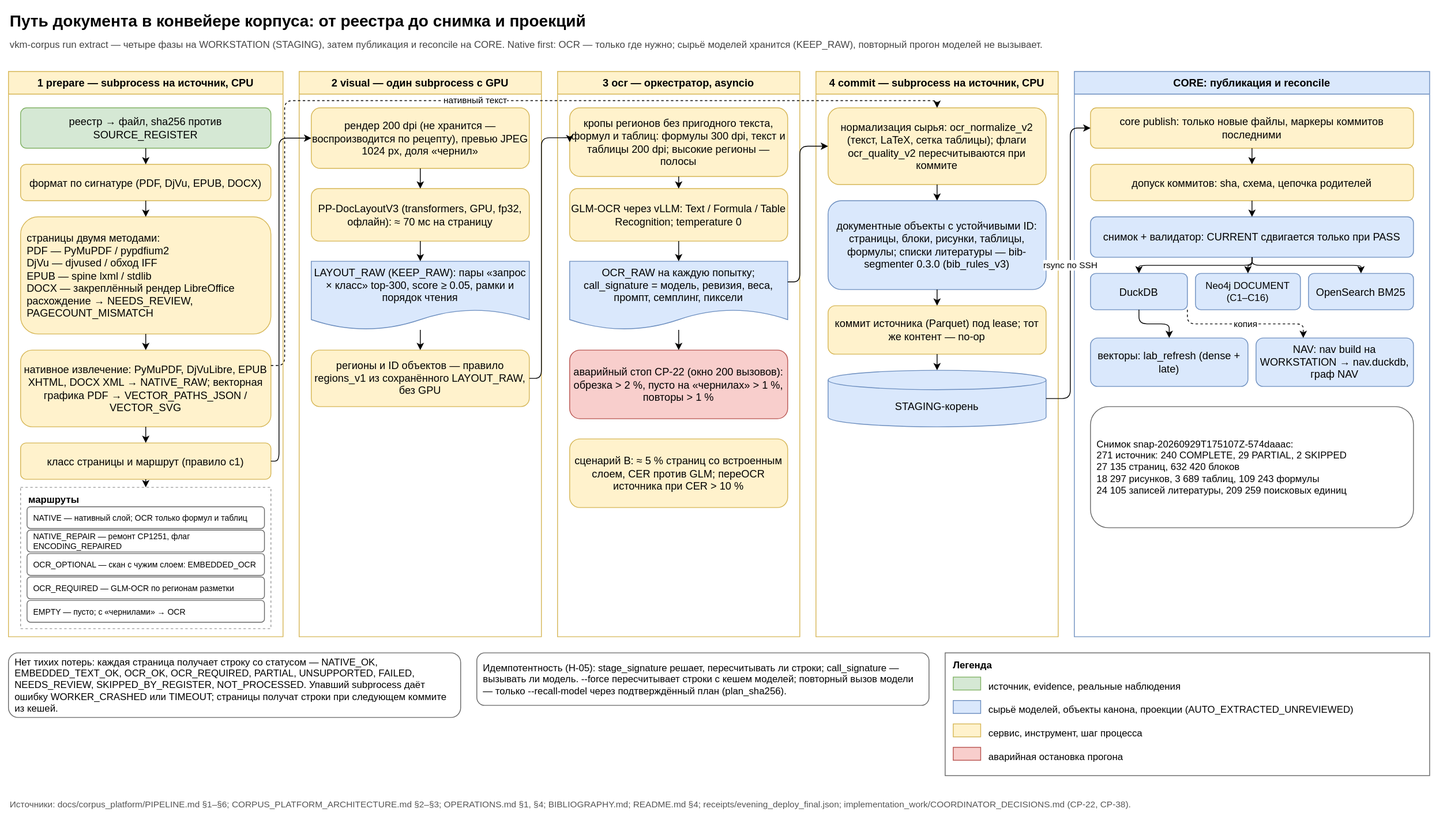
Earlier version of the draw.io export docs/diagrams/document_pipeline.svg (SUKUNA-AI/vkm-subsidence-forecasting). Source tidied: cells renumbered, new cells last; positions are measured from the earlier drawing's top-left corner, leaving out a move shared by most shapes.
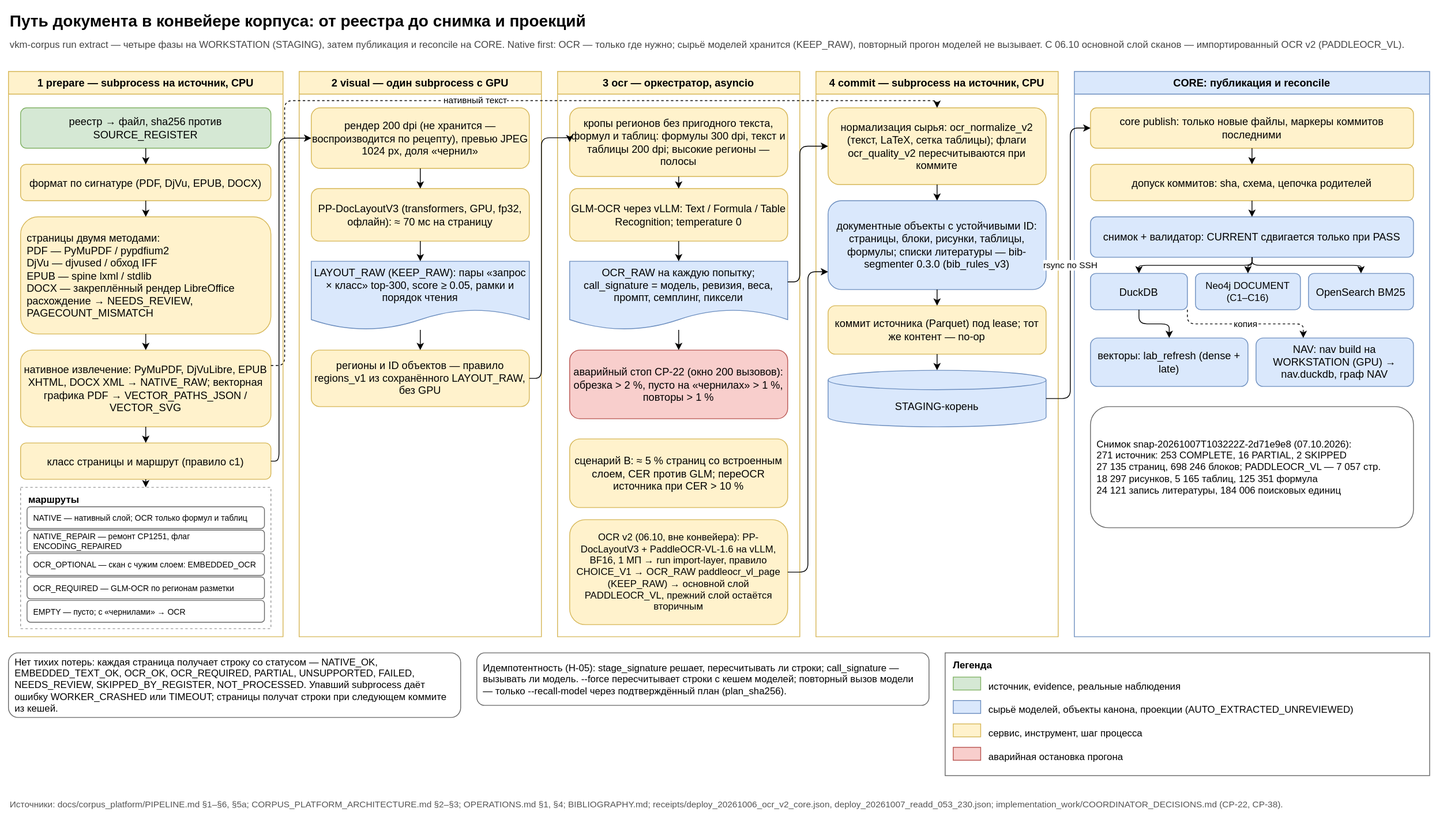
The same file after the commit.

Diff of the diagram source:
```diff
@@ -5,7 +5,7 @@
     <mxCell id="2" value="Путь документа в конвейере корпуса: от реестра до снимка и проекций" style="text;align=left;fontSize=20;fontStyle=1;html=1;verticalAlign=middle;whiteSpace=wrap;" parent="1" vertex="1">
       <mxGeometry width="1760" height="30" as="geometry" />
     </mxCell>
-    <mxCell id="3" value="vkm-corpus run extract — четыре фазы на WORKSTATION (STAGING), затем публикация и reconcile на CORE. Native first: OCR — только где нужно; сырьё моделей хранится (KEEP_RAW), повторный прогон моделей не вызывает." style="text;align=left;fontColor=#444444;fontSize=12;html=1;verticalAlign=middle;whiteSpace=wrap;" parent="1" vertex="1">
+    <mxCell id="3" value="vkm-corpus run extract — четыре фазы на WORKSTATION (STAGING), затем публикация и reconcile на CORE. Native first: OCR — только где нужно; сырьё моделей хранится (KEEP_RAW), повторный прогон моделей не вызывает. С 06.10 основной слой сканов — импортированный OCR v2 (PADDLEOCR_VL)." style="text;align=left;fontColor=#444444;fontSize=12;html=1;verticalAlign=middle;whiteSpace=wrap;" parent="1" vertex="1">
       <mxGeometry y="32" width="1760" height="25" as="geometry" />
     </mxCell>
     <mxCell id="4" value="1 prepare — subprocess на источник, CPU" style="swimlane;fillColor=#fff2cc;fontSize=13;fontStyle=1;html=1;rounded=0;startSize=28;strokeColor=#d6b656;swimlaneFillColor=#ffffff;whiteSpace=wrap;" parent="1" vertex="1">
@@ -77,6 +77,9 @@
     <mxCell id="26" value="сценарий B: ≈ 5 % страниц со встроенным слоем, CER против GLM; переOCR источника при CER &amp;gt; 10 %" style="fillColor=#fff2cc;fontSize=13;html=1;rounded=1;strokeColor=#d6b656;whiteSpace=wrap;" parent="21" vertex="1">
       <mxGeometry x="15" y="455" width="270" height="85" as="geometry" />
     </mxCell>
+    <mxCell id="80" value="OCR v2 (06.10, вне конвейера): PP-DocLayoutV3 + PaddleOCR-VL-1.6 на vLLM, BF16, 1 МП → run import-layer, правило CHOICE_V1 → OCR_RAW paddleocr_vl_page (KEEP_RAW) → основной слой PADDLEOCR_VL, прежний слой остаётся вторичным" style="fillColor=#fff2cc;fontSize=12;html=1;rounded=1;strokeColor=#d6b656;whiteSpace=wrap;" parent="21" vertex="1">
+      <mxGeometry x="15" y="555" width="270" height="130" as="geometry" />
+    </mxCell>
     <mxCell id="27" value="4 commit — subprocess на источник, CPU" style="swimlane;fillColor=#fff2cc;fontSize=13;fontStyle=1;html=1;rounded=0;startSize=28;strokeColor=#d6b656;swimlaneFillColor=#ffffff;whiteSpace=wrap;" parent="1" vertex="1">
       <mxGeometry x="1000" y="78" width="300" height="700" as="geometry" />
     </mxCell>
@@ -116,10 +119,10 @@
     <mxCell id="39" value="векторы: lab_refresh (dense + late)" style="fillColor=#dae8fc;fontSize=13;html=1;rounded=1;strokeColor=#6c8ebf;whiteSpace=wrap;" parent="32" vertex="1">
       <mxGeometry x="20" y="330" width="195" height="60" as="geometry" />
     </mxCell>
-    <mxCell id="40" value="NAV: nav build на WORKSTATION → nav.duckdb, граф NAV" style="fillColor=#dae8fc;fontSize=13;html=1;rounded=1;strokeColor=#6c8ebf;whiteSpace=wrap;" parent="32" vertex="1">
+    <mxCell id="40" value="NAV: nav build на WORKSTATION (GPU) → nav.duckdb, граф NAV" style="fillColor=#dae8fc;fontSize=13;html=1;rounded=1;strokeColor=#6c8ebf;whiteSpace=wrap;" parent="32" vertex="1">
       <mxGeometry x="225" y="330" width="195" height="60" as="geometry" />
     </mxCell>
-    <mxCell id="41" value="Снимок snap-20260929T175107Z-574daaac:&lt;br&gt;271 источник: 240 COMPLETE, 29 PARTIAL, 2 SKIPPED&lt;br&gt;27 135 страниц, 632 420 блоков&lt;br&gt;18 297 рисунков, 3 689 таблиц, 109 243 формулы&lt;br&gt;24 105 записей литературы, 209 259 поисковых единиц" style="align=left;fillColor=#ffffff;fontSize=12;html=1;rounded=1;spacingLeft=6;spacingRight=4;strokeColor=#666666;whiteSpace=wrap;" parent="32" vertex="1">
+    <mxCell id="41" value="Снимок snap-20261007T103222Z-2d71e9e8 (07.10.2026):&lt;br&gt;271 источник: 253 COMPLETE, 16 PARTIAL, 2 SKIPPED&lt;br&gt;27 135 страниц, 698 246 блоков; PADDLEOCR_VL — 7 057 стр.&lt;br&gt;18 297 рисунков, 5 165 таблиц, 125 351 формула&lt;br&gt;24 121 запись литературы, 184 006 поисковых единиц" style="align=left;fillColor=#ffffff;fontSize=12;html=1;rounded=1;spacingLeft=6;spacingRight=4;strokeColor=#666666;whiteSpace=wrap;" parent="32" vertex="1">
       <mxGeometry x="20" y="415" width="400" height="150" as="geometry" />
     </mxCell>
     <mxCell id="42" value="Нет тихих потерь: каждая страница получает строку со статусом — NATIVE_OK, EMBEDDED_TEXT_OK, OCR_OK, OCR_REQUIRED, PARTIAL, UNSUPPORTED, FAILED, NEEDS_REVIEW, SKIPPED_BY_REGISTER, NOT_PROCESSED. Упавший subprocess даёт ошибку WORKER_CRASHED или TIMEOUT; страницы получат строки при следующем коммите из кешей." style="align=left;fillColor=#ffffff;fontSize=12;html=1;rounded=1;spacingLeft=6;spacingRight=4;strokeColor=#666666;whiteSpace=wrap;" parent="1" vertex="1">
@@ -155,7 +158,7 @@
     <mxCell id="52" value="аварийная остановка прогона" style="text;align=left;fontSize=12;html=1;verticalAlign=top;whiteSpace=wrap;" parent="44" vertex="1">
       <mxGeometry x="52" y="115" width="540" height="25" as="geometry" />
     </mxCell>
-    <mxCell id="53" value="Источники: docs/corpus_platform/PIPELINE.md §1–§6; CORPUS_PLATFORM_ARCHITECTURE.md §2–§3; OPERATIONS.md §1, §4; BIBLIOGRAPHY.md; README.md §4; receipts/evening_deploy_final.json; implementation_work/COORDINATOR_DECISIONS.md (CP-22, CP-38)." style="text;align=left;fontColor=#555555;fontSize=11;html=1;verticalAlign=middle;whiteSpace=wrap;" parent="1" vertex="1">
+    <mxCell id="53" value="Источники: docs/corpus_platform/PIPELINE.md §1–§6, §5а; CORPUS_PLATFORM_ARCHITECTURE.md §2–§3; OPERATIONS.md §1, §4; BIBLIOGRAPHY.md; receipts/deploy_20261006_ocr_v2_core.json, deploy_20261007_readd_053_230.json; implementation_work/COORDINATOR_DECISIONS.md (CP-22, CP-38)." style="text;align=left;fontColor=#555555;fontSize=11;html=1;verticalAlign=middle;whiteSpace=wrap;" parent="1" vertex="1">
       <mxGeometry y="973" width="1760" height="25" as="geometry" />
     </mxCell>
     <mxCell id="54" style="edgeStyle=orthogonalEdgeStyle;endArrow=classic;entryDx=0;entryDy=0;entryX=0.5;entryY=0;exitDx=0;exitDy=0;exitX=0.5;exitY=1;fontSize=11;html=1;labelBackgroundColor=#ffffff;rounded=1;" parent="1" edge="1" source="5" target="6">
@@ -262,5 +265,13 @@
     <mxCell id="79" value="копия" style="dashed=1;edgeStyle=orthogonalEdgeStyle;endArrow=classic;entryDx=0;entryDy=0;entryX=0.3;entryY=0;exitDx=0;exitDy=0;exitX=1;exitY=1;fontSize=11;html=1;labelBackgroundColor=#ffffff;rounded=1;" parent="1" edge="1" source="36" target="40">
       <mxGeometry relative="1" as="geometry" />
     </mxCell>
+    <mxCell id="81" style="edgeStyle=orthogonalEdgeStyle;endArrow=classic;entryDx=0;entryDy=0;entryX=0;entryY=0.8;exitDx=0;exitDy=0;exitX=1;exitY=0.5;fontSize=11;html=1;labelBackgroundColor=#ffffff;rounded=1;" parent="1" edge="1" source="80" target="29">
+      <mxGeometry relative="1" as="geometry">
+        <Array as="points">
+          <mxPoint x="990" y="698" />
+          <mxPoint x="990" y="326" />
+        </Array>
+      </mxGeometry>
+    </mxCell>
   </root>
 </mxGraphModel>
```
